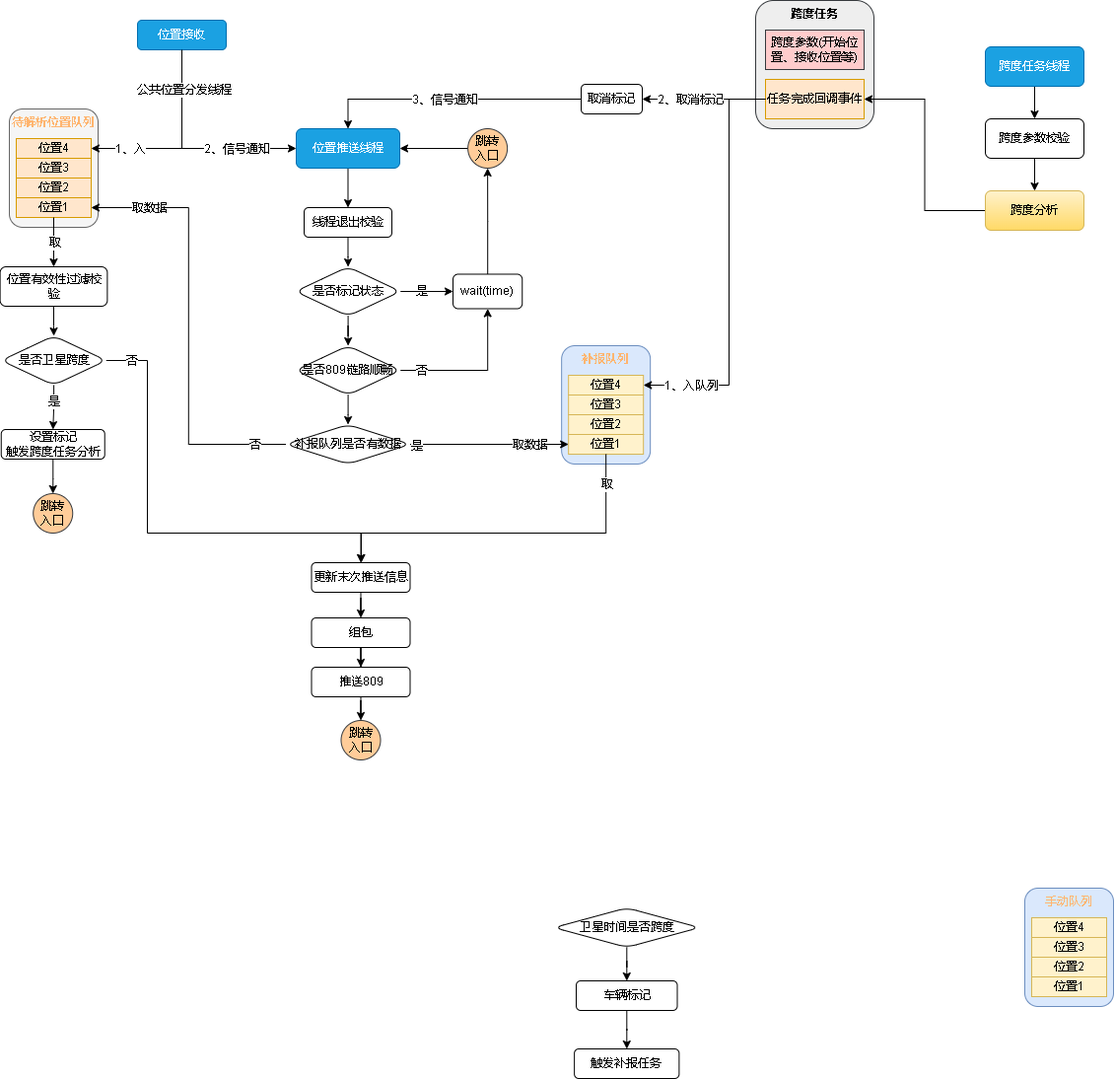
xktder/draw keeps this draw.io diagram as 809数据跨度.drawio.png. Above is the earlier version. Source tidied: cells renumbered, new cells last; positions are measured from the earlier drawing's top-left corner, leaving out a move shared by most shapes.
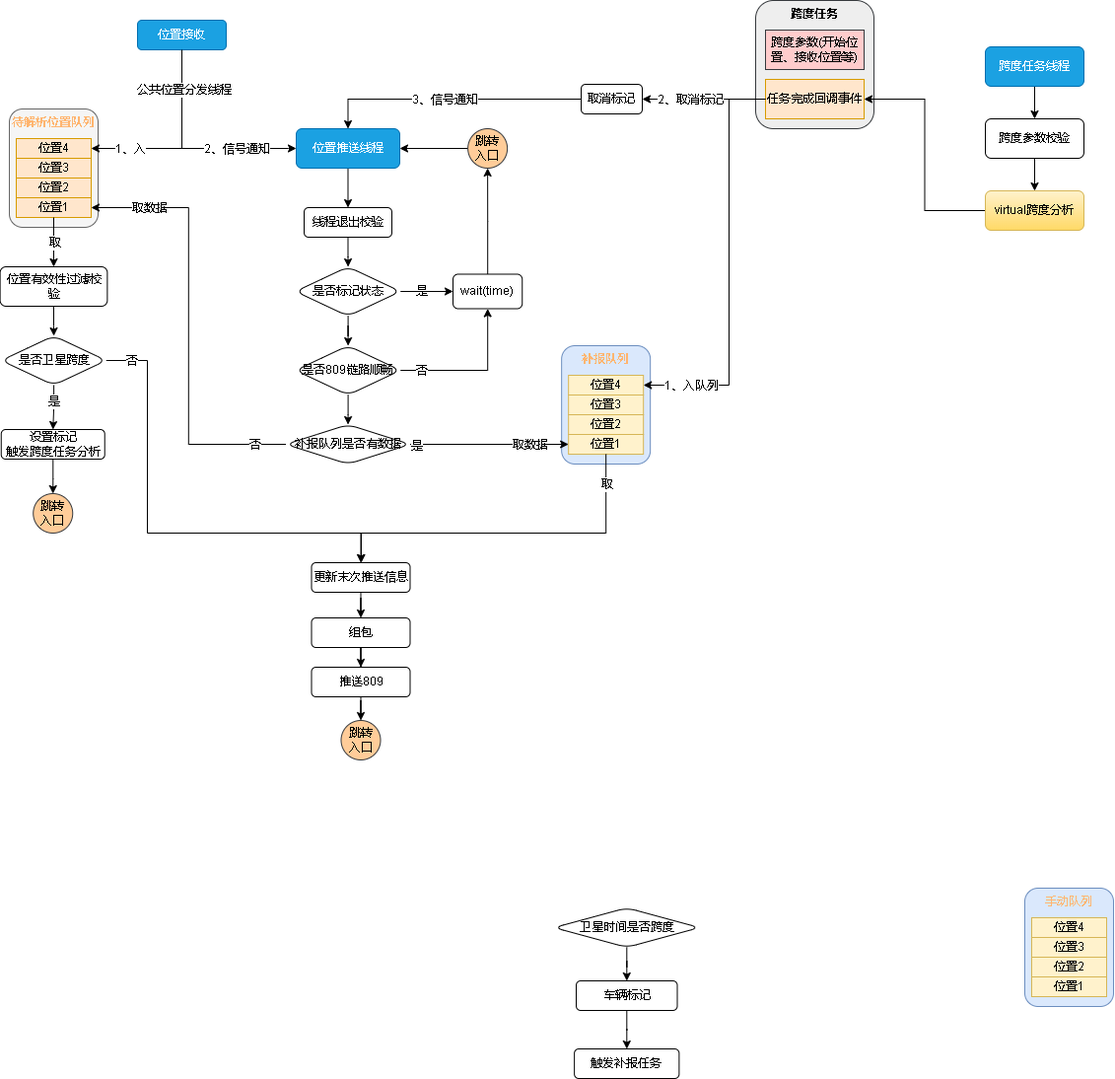
The same file after the commit.

Commit message:
更新809数据跨度.drawio.png

The edit, as a diff of the source:
```diff
@@ -318,7 +318,7 @@
     <mxCell id="90" style="edgeStyle=orthogonalEdgeStyle;rounded=0;jettySize=auto;html=1;entryX=1;entryY=0.5;entryDx=0;entryDy=0;fontColor=#000000;" parent="1" edge="1" source="91" target="78">
       <mxGeometry relative="1" as="geometry" />
     </mxCell>
-    <mxCell id="91" value="跨度分析" style="whiteSpace=wrap;html=1;rounded=1;fillColor=#fff2cc;gradientColor=#ffd966;strokeColor=#d6b656;" parent="1" vertex="1">
+    <mxCell id="91" value="virtual跨度分析" style="whiteSpace=wrap;html=1;rounded=1;fillColor=#fff2cc;gradientColor=#ffd966;strokeColor=#d6b656;" parent="1" vertex="1">
       <mxGeometry x="999" y="193" width="100" height="40" as="geometry" />
     </mxCell>
   </root>
```
